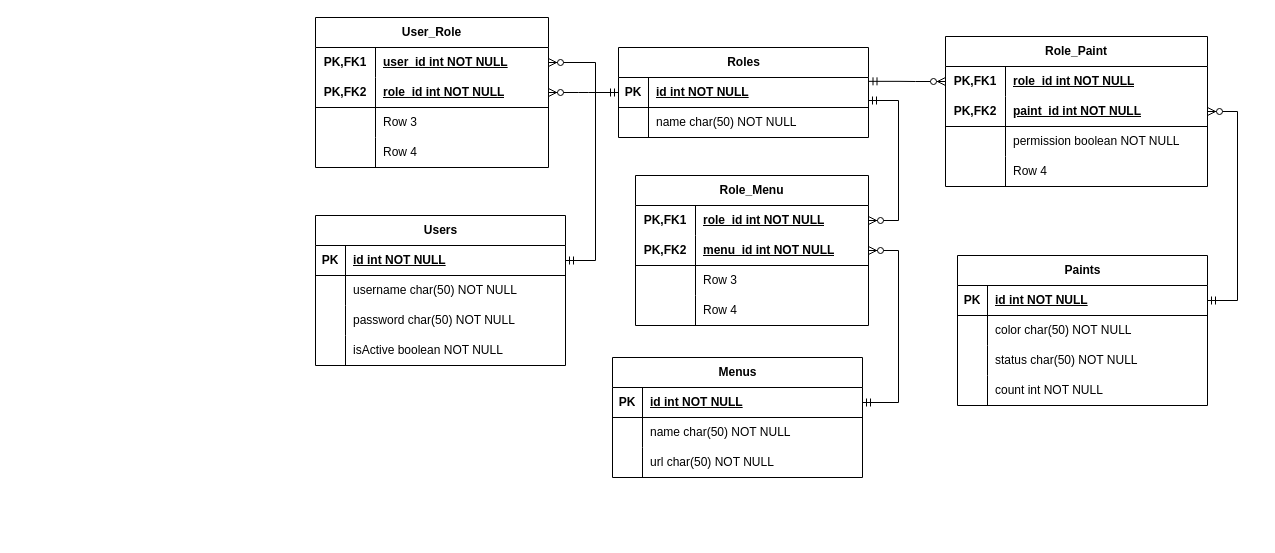
Before: paint-kanban.drawio in gaomuziyuan/stock-status-backend, a draw.io diagram. Source tidied: cells renumbered, new cells numbered last; positions are measured from the earlier drawing's top-left corner, leaving out a move shared by most shapes. Both pictures are drawn from the tidied source at 100%, with x=0, y=0 at pixel (315, 17).
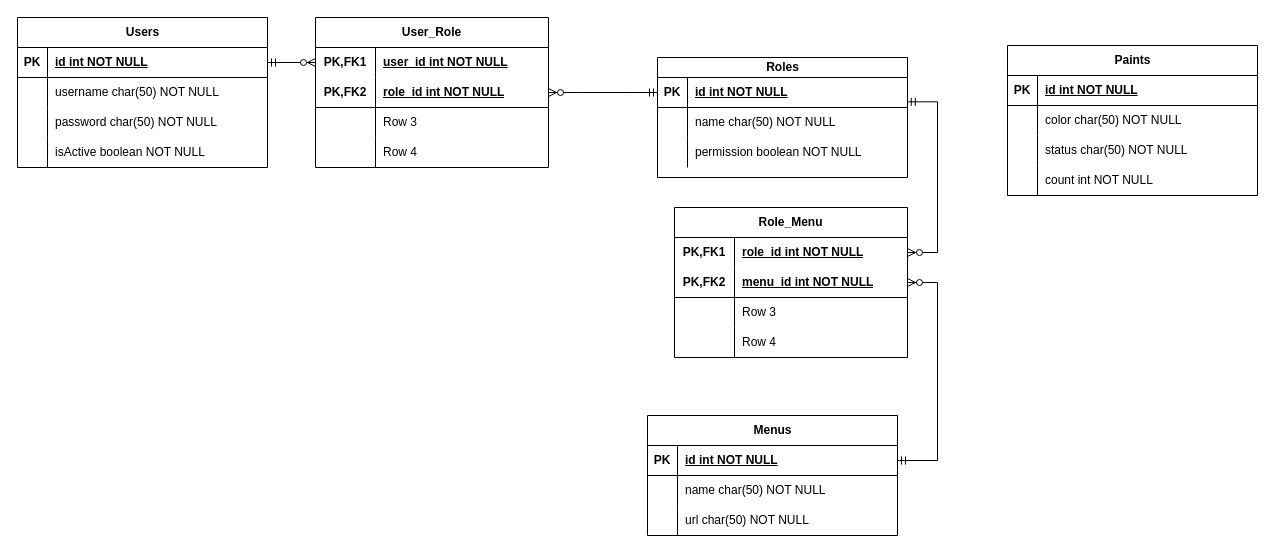
Above is the later version.

Unchanged cells that the change refers to:
```xml
<mxCell id="36" style="shape=tableRow;horizontal=0;startSize=0;swimlaneHead=0;swimlaneBody=0;fillColor=none;points=[[0,0.5],[1,0.5]];portConstraint=eastwest;top=0;left=0;right=0;bottom=1;html=1;" parent="32" vertex="1">
  <mxGeometry y="60" width="233" height="30" as="geometry" />
</mxCell>
<mxCell id="48" style="shape=tableRow;horizontal=0;startSize=0;swimlaneHead=0;swimlaneBody=0;fillColor=none;points=[[0,0.5],[1,0.5]];portConstraint=eastwest;top=0;left=0;right=0;bottom=0;html=1;" parent="47" vertex="1">
  <mxGeometry y="30" width="233" height="30" as="geometry" />
</mxCell>
<mxCell id="63" style="shape=tableRow;horizontal=0;startSize=0;swimlaneHead=0;swimlaneBody=0;fillColor=none;points=[[0,0.5],[1,0.5]];portConstraint=eastwest;top=0;left=0;right=0;bottom=1;" parent="62" vertex="1">
  <mxGeometry y="30" width="250" height="30" as="geometry" />
</mxCell>
```

The edit, as a diff of the source:
```diff
@@
     <mxCell id="2" value="Users" style="shape=table;startSize=30;childLayout=tableLayout;rowLines=0;fontStyle=1;align=center;html=1;" parent="1" vertex="1">
-      <mxGeometry y="198" width="250" height="150" as="geometry" />
+      <mxGeometry x="-298" width="250" height="150" as="geometry" />
     </mxCell>
@@
-    <mxCell id="15" value="Roles" style="shape=table;startSize=30;childLayout=tableLayout;rowLines=0;fontStyle=1;align=center;html=1;" parent="1" vertex="1">
-      <mxGeometry x="303" y="30" width="250" height="90" as="geometry" />
-    </mxCell>
-    <mxCell id="16" style="shape=tableRow;horizontal=0;startSize=0;swimlaneHead=0;swimlaneBody=0;fillColor=none;points=[[0,0.5],[1,0.5]];portConstraint=eastwest;top=0;left=0;right=0;bottom=1;" parent="15" vertex="1">
-      <mxGeometry y="30" width="250" height="30" as="geometry" />
-    </mxCell>
-    <mxCell id="17" value="PK" style="shape=partialRectangle;fillColor=none;top=0;left=0;bottom=0;right=0;fontStyle=1;overflow=hidden;whiteSpace=wrap;html=1;" parent="16" vertex="1">
-      <mxGeometry width="30" height="30" as="geometry" />
-    </mxCell>
-    <mxCell id="18" value="id int NOT NULL" style="shape=partialRectangle;fillColor=none;top=0;left=0;bottom=0;right=0;align=left;spacingLeft=6;fontStyle=5;overflow=hidden;whiteSpace=wrap;html=1;" parent="16" vertex="1">
-      <mxGeometry x="30" width="220" height="30" as="geometry" />
-    </mxCell>
-    <mxCell id="19" style="shape=tableRow;horizontal=0;startSize=0;swimlaneHead=0;swimlaneBody=0;fillColor=none;top=0;left=0;right=0;bottom=0;" parent="15" vertex="1">
-      <mxGeometry y="60" width="250" height="30" as="geometry" />
-    </mxCell>
-    <mxCell id="20" style="shape=partialRectangle;fillColor=none;top=0;left=0;bottom=0;right=0;overflow=hidden;whiteSpace=wrap;html=1;" parent="19" vertex="1">
-      <mxGeometry width="30" height="30" as="geometry" />
-    </mxCell>
-    <mxCell id="21" value="name char(50) NOT NULL" style="shape=partialRectangle;fillColor=none;top=0;left=0;bottom=0;right=0;align=left;spacingLeft=6;overflow=hidden;whiteSpace=wrap;html=1;" parent="19" vertex="1">
-      <mxGeometry x="30" width="220" height="30" as="geometry" />
-    </mxCell>
     <mxCell id="22" value="Menus" style="shape=table;startSize=30;childLayout=tableLayout;rowLines=0;fontStyle=1;align=center;html=1;" parent="1" vertex="1">
-      <mxGeometry x="297" y="340" width="250" height="120" as="geometry" />
+      <mxGeometry x="332" y="398" width="250" height="120" as="geometry" />
     </mxCell>
@@
-    <mxCell id="46" style="edgeStyle=entityRelationEdgeStyle;fontSize=12;html=1;endArrow=ERzeroToMany;startArrow=ERmandOne;rounded=0;exitX=0;exitY=0.5;exitDx=0;exitDy=0;" parent="1" edge="1" source="16" target="36">
+    <mxCell id="46" style="edgeStyle=entityRelationEdgeStyle;fontSize=12;html=1;endArrow=ERzeroToMany;startArrow=ERmandOne;rounded=0;" parent="1" edge="1" source="92" target="36">
       <mxGeometry relative="1" as="geometry">
         <Array as="points">
           <mxPoint x="200" y="120" />
+          <mxPoint x="282" y="68" />
         </Array>
       </mxGeometry>
     </mxCell>
     <mxCell id="47" value="Role_Menu" style="shape=table;startSize=30;childLayout=tableLayout;rowLines=0;fontStyle=1;align=center;html=1;whiteSpace=wrap;" parent="1" vertex="1">
-      <mxGeometry x="320" y="158" width="233" height="150" as="geometry" />
+      <mxGeometry x="359" y="190" width="233" height="150" as="geometry" />
     </mxCell>
@@
-    <mxCell id="60" style="edgeStyle=entityRelationEdgeStyle;fontSize=12;html=1;endArrow=ERzeroToMany;startArrow=ERmandOne;rounded=0;exitX=1;exitY=0.767;exitDx=0;exitDy=0;exitPerimeter=0;" parent="1" edge="1" source="16" target="48">
+    <mxCell id="60" style="edgeStyle=entityRelationEdgeStyle;fontSize=12;html=1;endArrow=ERzeroToMany;startArrow=ERmandOne;rounded=0;exitX=0.999;exitY=0.811;exitDx=0;exitDy=0;exitPerimeter=0;" parent="1" edge="1" source="92" target="48">
       <mxGeometry relative="1" as="geometry">
         <Array as="points">
           <mxPoint x="115.1" y="250" />
         </Array>
       </mxGeometry>
     </mxCell>
@@
     <mxCell id="62" value="Paints" style="shape=table;startSize=30;childLayout=tableLayout;rowLines=0;fontStyle=1;align=center;html=1;" parent="1" vertex="1">
-      <mxGeometry x="642" y="238" width="250" height="150" as="geometry" />
+      <mxGeometry x="692" y="28" width="250" height="150" as="geometry" />
     </mxCell>
@@
-    <mxCell id="75" value="Role_Paint" style="shape=table;startSize=30;childLayout=tableLayout;rowLines=0;fontStyle=1;align=center;html=1;whiteSpace=wrap;" parent="1" vertex="1">
-      <mxGeometry x="630" y="19" width="262" height="150" as="geometry" />
-    </mxCell>
-    <mxCell id="76" style="shape=tableRow;horizontal=0;startSize=0;swimlaneHead=0;swimlaneBody=0;fillColor=none;points=[[0,0.5],[1,0.5]];portConstraint=eastwest;top=0;left=0;right=0;bottom=0;html=1;" parent="75" vertex="1">
-      <mxGeometry y="30" width="262" height="30" as="geometry" />
-    </mxCell>
-    <mxCell id="77" value="PK,FK1" style="shape=partialRectangle;fillColor=none;top=0;left=0;bottom=0;right=0;fontStyle=1;overflow=hidden;html=1;whiteSpace=wrap;" parent="76" vertex="1">
-      <mxGeometry width="60" height="30" as="geometry" />
-    </mxCell>
-    <mxCell id="78" value="role_id int NOT NULL" style="shape=partialRectangle;fillColor=none;top=0;left=0;bottom=0;right=0;align=left;spacingLeft=6;fontStyle=5;overflow=hidden;html=1;whiteSpace=wrap;" parent="76" vertex="1">
-      <mxGeometry x="60" width="202" height="30" as="geometry" />
-    </mxCell>
-    <mxCell id="79" style="shape=tableRow;horizontal=0;startSize=0;swimlaneHead=0;swimlaneBody=0;fillColor=none;points=[[0,0.5],[1,0.5]];portConstraint=eastwest;top=0;left=0;right=0;bottom=1;html=1;" parent="75" vertex="1">
-      <mxGeometry y="60" width="262" height="30" as="geometry" />
-    </mxCell>
-    <mxCell id="80" value="PK,FK2" style="shape=partialRectangle;fillColor=none;top=0;left=0;bottom=0;right=0;fontStyle=1;overflow=hidden;html=1;whiteSpace=wrap;" parent="79" vertex="1">
-      <mxGeometry width="60" height="30" as="geometry" />
-    </mxCell>
-    <mxCell id="81" value="paint_id int NOT NULL" style="shape=partialRectangle;fillColor=none;top=0;left=0;bottom=0;right=0;align=left;spacingLeft=6;fontStyle=5;overflow=hidden;html=1;whiteSpace=wrap;" parent="79" vertex="1">
-      <mxGeometry x="60" width="202" height="30" as="geometry" />
-    </mxCell>
-    <mxCell id="82" style="shape=tableRow;horizontal=0;startSize=0;swimlaneHead=0;swimlaneBody=0;fillColor=none;top=0;left=0;right=0;bottom=0;html=1;" parent="75" vertex="1">
-      <mxGeometry y="90" width="262" height="30" as="geometry" />
-    </mxCell>
-    <mxCell id="83" style="shape=partialRectangle;fillColor=none;top=0;left=0;bottom=0;right=0;overflow=hidden;html=1;whiteSpace=wrap;" parent="82" vertex="1">
-      <mxGeometry width="60" height="30" as="geometry" />
-    </mxCell>
+    <mxCell id="90" style="shape=tableRow;horizontal=0;startSize=0;swimlaneHead=0;swimlaneBody=0;fillColor=none;top=0;left=0;right=0;bottom=0;" parent="1" vertex="1">
+      <mxGeometry x="303" y="115" width="250" height="30" as="geometry" />
+    </mxCell>
+    <mxCell id="91" style="shape=partialRectangle;fillColor=none;top=0;left=0;bottom=0;right=0;overflow=hidden;whiteSpace=wrap;html=1;" parent="90" vertex="1">
+      <mxGeometry width="30" height="30" as="geometry" />
+    </mxCell>
+    <mxCell id="15" value="Roles" style="shape=table;startSize=20;childLayout=tableLayout;rowLines=0;fontStyle=1;align=center;html=1;" parent="1" vertex="1">
+      <mxGeometry x="342" y="40" width="250" height="120" as="geometry" />
+    </mxCell>
+    <mxCell id="92" style="shape=tableRow;horizontal=0;startSize=0;swimlaneHead=0;swimlaneBody=0;fillColor=none;points=[[0,0.5],[1,0.5]];portConstraint=eastwest;top=0;left=0;right=0;bottom=1;" parent="15" vertex="1">
+      <mxGeometry y="20" width="250" height="30" as="geometry" />
+    </mxCell>
+    <mxCell id="17" value="PK" style="shape=partialRectangle;fillColor=none;top=0;left=0;bottom=0;right=0;fontStyle=1;overflow=hidden;whiteSpace=wrap;html=1;" parent="92" vertex="1">
+      <mxGeometry width="30" height="30" as="geometry" />
+    </mxCell>
+    <mxCell id="18" value="id int NOT NULL" style="shape=partialRectangle;fillColor=none;top=0;left=0;bottom=0;right=0;align=left;spacingLeft=6;fontStyle=5;overflow=hidden;whiteSpace=wrap;html=1;" parent="92" vertex="1">
+      <mxGeometry x="30" width="220" height="30" as="geometry" />
+    </mxCell>
+    <mxCell id="93" style="shape=tableRow;horizontal=0;startSize=0;swimlaneHead=0;swimlaneBody=0;fillColor=none;top=0;left=0;right=0;bottom=0;" parent="15" vertex="1">
+      <mxGeometry y="50" width="250" height="30" as="geometry" />
+    </mxCell>
+    <mxCell id="94" style="shape=partialRectangle;fillColor=none;top=0;left=0;bottom=0;right=0;overflow=hidden;whiteSpace=wrap;html=1;" parent="93" vertex="1">
+      <mxGeometry width="30" height="30" as="geometry" />
+    </mxCell>
+    <mxCell id="21" value="name char(50) NOT NULL" style="shape=partialRectangle;fillColor=none;top=0;left=0;bottom=0;right=0;align=left;spacingLeft=6;overflow=hidden;whiteSpace=wrap;html=1;" parent="93" vertex="1">
+      <mxGeometry x="30" width="220" height="30" as="geometry" />
+    </mxCell>
+    <mxCell id="95" style="shape=tableRow;horizontal=0;startSize=0;swimlaneHead=0;swimlaneBody=0;fillColor=none;top=0;left=0;right=0;bottom=0;" parent="15" vertex="1">
+      <mxGeometry y="80" width="250" height="30" as="geometry" />
+    </mxCell>
+    <mxCell id="96" style="shape=partialRectangle;fillColor=none;top=0;left=0;bottom=0;right=0;overflow=hidden;whiteSpace=wrap;html=1;" parent="95" vertex="1">
+      <mxGeometry width="30" height="30" as="geometry" />
+    </mxCell>
-    <mxCell id="84" value="permission boolean NOT NULL" style="shape=partialRectangle;fillColor=none;top=0;left=0;bottom=0;right=0;align=left;spacingLeft=6;overflow=hidden;html=1;whiteSpace=wrap;" parent="82" vertex="1">
-      <mxGeometry x="60" width="202" height="30" as="geometry" />
+    <mxCell id="84" value="permission boolean NOT NULL" style="shape=partialRectangle;fillColor=none;top=0;left=0;bottom=0;right=0;align=left;spacingLeft=6;overflow=hidden;whiteSpace=wrap;html=1;" parent="95" vertex="1">
+      <mxGeometry x="30" width="220" height="30" as="geometry" />
     </mxCell>
-    <mxCell id="85" style="shape=tableRow;horizontal=0;startSize=0;swimlaneHead=0;swimlaneBody=0;fillColor=none;top=0;left=0;right=0;bottom=0;html=1;" parent="75" vertex="1">
-      <mxGeometry y="120" width="262" height="30" as="geometry" />
-    </mxCell>
-    <mxCell id="86" style="shape=partialRectangle;fillColor=none;top=0;left=0;bottom=0;right=0;overflow=hidden;html=1;whiteSpace=wrap;" parent="85" vertex="1">
-      <mxGeometry width="60" height="30" as="geometry" />
-    </mxCell>
-    <mxCell id="87" value="Row 4" style="shape=partialRectangle;fillColor=none;top=0;left=0;bottom=0;right=0;align=left;spacingLeft=6;overflow=hidden;html=1;whiteSpace=wrap;" parent="85" vertex="1">
-      <mxGeometry x="60" width="202" height="30" as="geometry" />
-    </mxCell>
-    <mxCell id="88" style="edgeStyle=entityRelationEdgeStyle;fontSize=12;html=1;endArrow=ERzeroToMany;startArrow=ERmandOne;rounded=0;entryX=0;entryY=0.5;entryDx=0;entryDy=0;exitX=1.002;exitY=0.128;exitDx=0;exitDy=0;exitPerimeter=0;" parent="1" edge="1" source="16" target="76">
-      <mxGeometry relative="1" as="geometry">
-        <Array as="points">
-          <mxPoint x="67" y="260" />
-        </Array>
-      </mxGeometry>
-    </mxCell>
-    <mxCell id="89" style="edgeStyle=entityRelationEdgeStyle;fontSize=12;html=1;endArrow=ERzeroToMany;startArrow=ERmandOne;rounded=0;entryX=1;entryY=0.5;entryDx=0;entryDy=0;" parent="1" edge="1" source="63" target="79">
-      <mxGeometry relative="1" as="geometry">
-        <Array as="points">
-          <mxPoint x="890" y="250" />
-        </Array>
-      </mxGeometry>
-    </mxCell>
```
